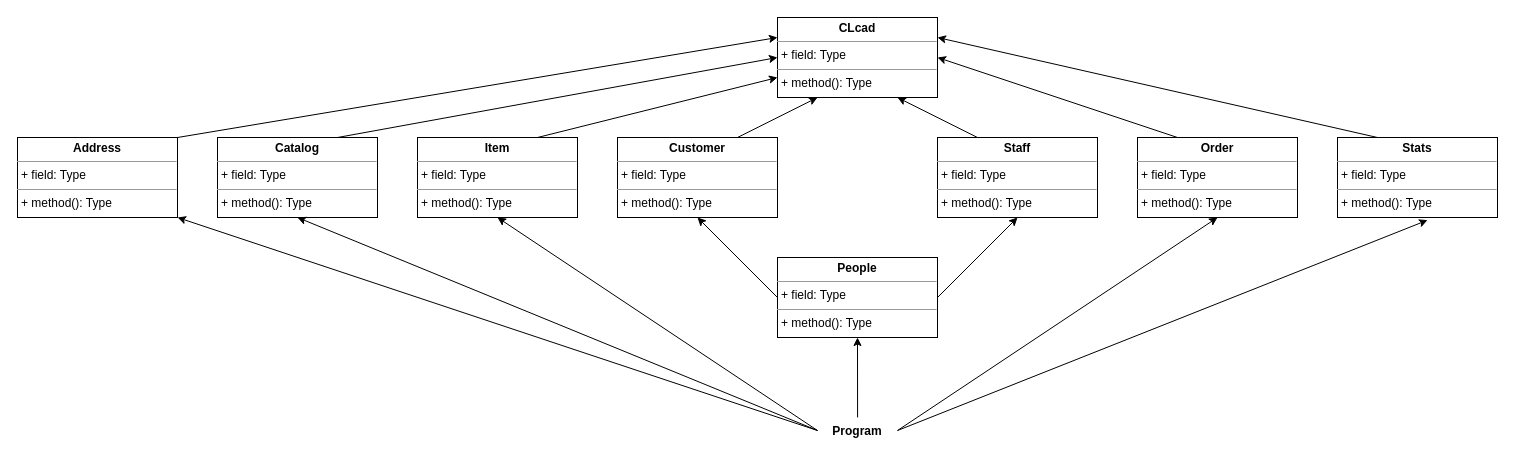
This is page "Page-2" (2 of 2) of Diagrammes/Diagrammes de classes.drawio from pierre1316/Projet-POO-CPP-CLI, a draw.io file, before an edit. Source tidied: cells renumbered, new cells numbered last; positions are measured from the earlier drawing's top-left corner, leaving out a move shared by most shapes. Both pictures are drawn from the tidied source at 100%, with x=0, y=0 at pixel (17, 17).
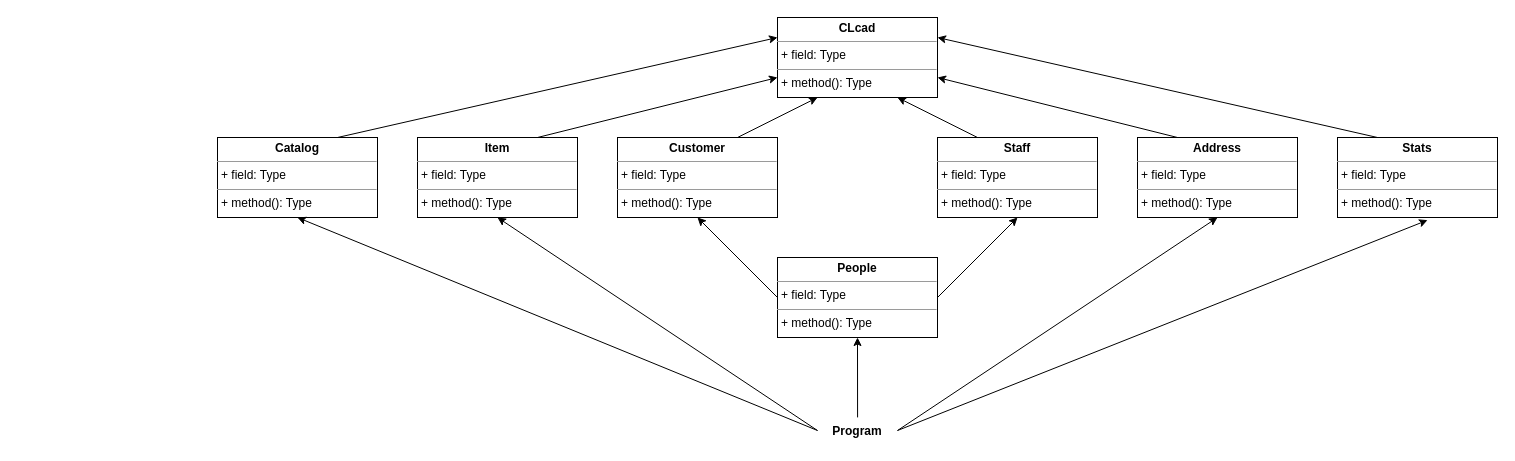
The same diagram, later.

The change refers to these unchanged cells:
```xml
<mxCell id="7" value="&lt;p style=&quot;margin:0px;margin-top:4px;text-align:center;&quot;&gt;&lt;b&gt;Item&lt;/b&gt;&lt;/p&gt;&lt;hr size=&quot;1&quot;&gt;&lt;p style=&quot;margin:0px;margin-left:4px;&quot;&gt;+ field: Type&lt;/p&gt;&lt;hr size=&quot;1&quot;&gt;&lt;p style=&quot;margin:0px;margin-left:4px;&quot;&gt;+ method(): Type&lt;/p&gt;" style="verticalAlign=top;align=left;overflow=fill;fontSize=12;fontFamily=Helvetica;html=1;" parent="1" vertex="1">
  <mxGeometry x="400" y="120" width="160" height="80" as="geometry" />
</mxCell>
<mxCell id="11" value="&lt;p style=&quot;margin:0px;margin-top:4px;text-align:center;&quot;&gt;&lt;b&gt;CLcad&lt;/b&gt;&lt;/p&gt;&lt;hr size=&quot;1&quot;&gt;&lt;p style=&quot;margin:0px;margin-left:4px;&quot;&gt;+ field: Type&lt;/p&gt;&lt;hr size=&quot;1&quot;&gt;&lt;p style=&quot;margin:0px;margin-left:4px;&quot;&gt;+ method(): Type&lt;/p&gt;" style="verticalAlign=top;align=left;overflow=fill;fontSize=12;fontFamily=Helvetica;html=1;" parent="1" vertex="1">
  <mxGeometry x="760" width="160" height="80" as="geometry" />
</mxCell>
<mxCell id="19" value="&lt;p style=&quot;margin:0px;margin-top:4px;text-align:center;&quot;&gt;&lt;b&gt;Catalog&lt;/b&gt;&lt;/p&gt;&lt;hr size=&quot;1&quot;&gt;&lt;p style=&quot;margin:0px;margin-left:4px;&quot;&gt;+ field: Type&lt;/p&gt;&lt;hr size=&quot;1&quot;&gt;&lt;p style=&quot;margin:0px;margin-left:4px;&quot;&gt;+ method(): Type&lt;/p&gt;" style="verticalAlign=top;align=left;overflow=fill;fontSize=12;fontFamily=Helvetica;html=1;" parent="1" vertex="1">
  <mxGeometry x="200" y="120" width="160" height="80" as="geometry" />
</mxCell>
<mxCell id="25" value="Program" style="text;align=center;fontStyle=1;verticalAlign=middle;spacingLeft=3;spacingRight=3;strokeColor=none;points=[[0,0.5],[1,0.5]];portConstraint=eastwest;" parent="1" vertex="1">
  <mxGeometry x="800" y="400" width="80" height="26" as="geometry" />
</mxCell>
```

The edit, as a diff of the source:
```diff
@@
-    <mxCell id="4" style="rounded=0;jettySize=auto;html=1;exitX=0;exitY=0.5;exitDx=0;exitDy=0;entryX=1;entryY=1;entryDx=0;entryDy=0;" parent="1" edge="1" source="25" target="27">
+    <mxCell id="4" style="rounded=0;jettySize=auto;html=1;entryX=0.5;entryY=1;entryDx=0;entryDy=0;exitX=1;exitY=0.5;exitDx=0;exitDy=0;" parent="1" edge="1" source="25" target="27">
       <mxGeometry relative="1" as="geometry" />
     </mxCell>
@@
-    <mxCell id="6" style="edgeStyle=none;rounded=0;jettySize=auto;html=1;exitX=0.75;exitY=0;exitDx=0;exitDy=0;entryX=0;entryY=0.75;entryDx=0;entryDy=0;startArrow=none;startFill=0;endArrow=classic;endFill=1;" parent="1" edge="1" source="7" target="11">
+    <mxCell id="6" style="edgeStyle=none;rounded=0;jettySize=auto;html=1;exitX=0.75;exitY=0;exitDx=0;exitDy=0;startArrow=none;startFill=0;endArrow=classic;endFill=1;" parent="1" edge="1" source="7" target="11">
       <mxGeometry relative="1" as="geometry" />
     </mxCell>
@@
-    <mxCell id="8" style="edgeStyle=none;rounded=0;jettySize=auto;html=1;exitX=0.25;exitY=0;exitDx=0;exitDy=0;entryX=1;entryY=0.5;entryDx=0;entryDy=0;startArrow=none;startFill=0;endArrow=classic;endFill=1;" parent="1" edge="1" source="9" target="11">
-      <mxGeometry relative="1" as="geometry" />
-    </mxCell>
-    <mxCell id="9" value="&lt;p style=&quot;margin:0px;margin-top:4px;text-align:center;&quot;&gt;&lt;b&gt;Order&lt;/b&gt;&lt;/p&gt;&lt;hr size=&quot;1&quot;&gt;&lt;p style=&quot;margin:0px;margin-left:4px;&quot;&gt;+ field: Type&lt;/p&gt;&lt;hr size=&quot;1&quot;&gt;&lt;p style=&quot;margin:0px;margin-left:4px;&quot;&gt;+ method(): Type&lt;/p&gt;" style="verticalAlign=top;align=left;overflow=fill;fontSize=12;fontFamily=Helvetica;html=1;" parent="1" vertex="1">
-      <mxGeometry x="1120" y="120" width="160" height="80" as="geometry" />
-    </mxCell>
@@
-    <mxCell id="18" style="rounded=0;jettySize=auto;html=1;exitX=0.75;exitY=0;exitDx=0;exitDy=0;entryX=0;entryY=0.5;entryDx=0;entryDy=0;startArrow=none;startFill=0;endArrow=classic;endFill=1;" parent="1" edge="1" source="19" target="11">
+    <mxCell id="18" style="rounded=0;jettySize=auto;html=1;exitX=0.75;exitY=0;exitDx=0;exitDy=0;startArrow=none;startFill=0;endArrow=classic;endFill=1;entryX=0;entryY=0.25;entryDx=0;entryDy=0;" parent="1" edge="1" source="19" target="11">
       <mxGeometry relative="1" as="geometry" />
     </mxCell>
@@
-    <mxCell id="23" style="edgeStyle=none;rounded=0;jettySize=auto;html=1;exitX=1;exitY=0.5;exitDx=0;exitDy=0;entryX=0.5;entryY=1;entryDx=0;entryDy=0;startArrow=none;startFill=0;endArrow=classic;endFill=1;" parent="1" edge="1" source="25" target="9">
-      <mxGeometry relative="1" as="geometry" />
-    </mxCell>
@@
-    <mxCell id="26" style="rounded=0;jettySize=auto;html=1;exitX=1;exitY=0;exitDx=0;exitDy=0;entryX=0;entryY=0.25;entryDx=0;entryDy=0;" parent="1" edge="1" source="27" target="11">
+    <mxCell id="26" style="rounded=0;jettySize=auto;html=1;exitX=0.25;exitY=0;exitDx=0;exitDy=0;entryX=1;entryY=0.75;entryDx=0;entryDy=0;" parent="1" edge="1" source="27" target="11">
       <mxGeometry relative="1" as="geometry" />
     </mxCell>
     <mxCell id="27" value="&lt;p style=&quot;margin:0px;margin-top:4px;text-align:center;&quot;&gt;&lt;b&gt;Address&lt;/b&gt;&lt;/p&gt;&lt;hr size=&quot;1&quot;&gt;&lt;p style=&quot;margin:0px;margin-left:4px;&quot;&gt;+ field: Type&lt;/p&gt;&lt;hr size=&quot;1&quot;&gt;&lt;p style=&quot;margin:0px;margin-left:4px;&quot;&gt;+ method(): Type&lt;/p&gt;" style="verticalAlign=top;align=left;overflow=fill;fontSize=12;fontFamily=Helvetica;html=1;" parent="1" vertex="1">
-      <mxGeometry y="120" width="160" height="80" as="geometry" />
+      <mxGeometry x="1120" y="120" width="160" height="80" as="geometry" />
     </mxCell>
```
